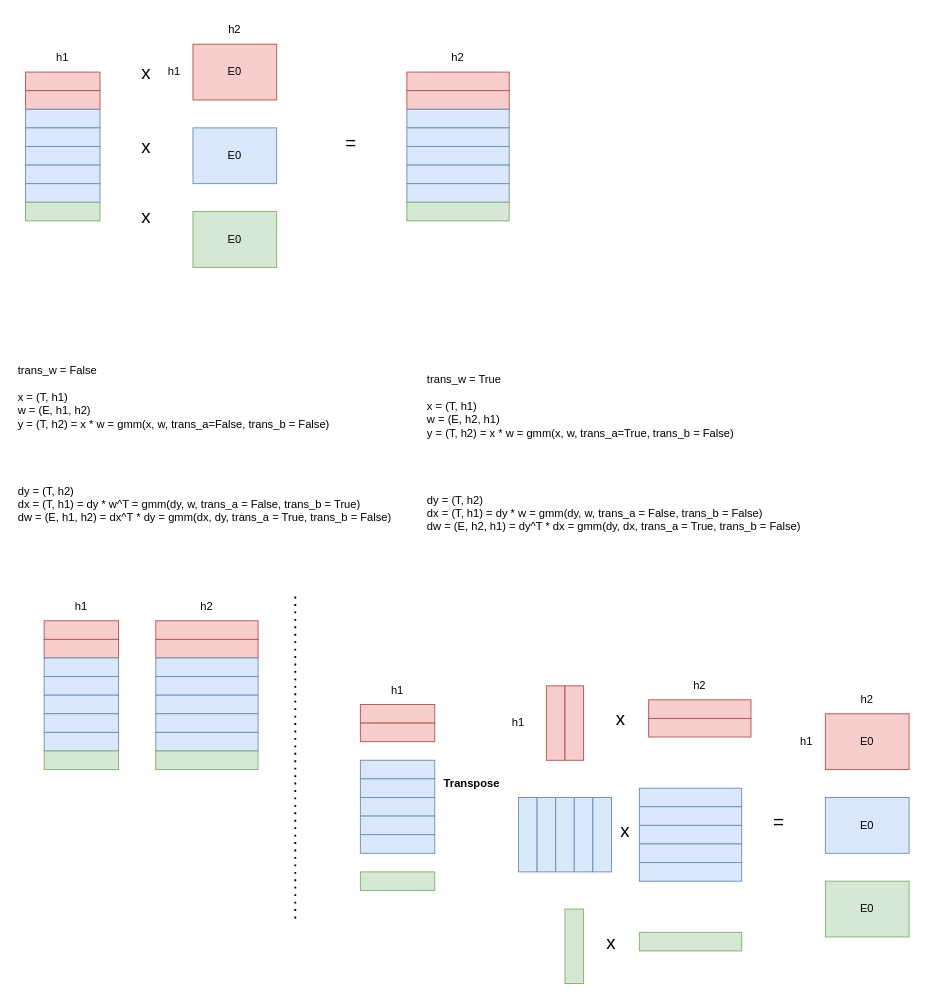
LamForest/draw.io keeps this draw.io diagram as grouped_gemm.drawio. Above is the earlier version. Source tidied: cells renumbered, new cells numbered last; positions are measured from the earlier drawing's top-left corner, leaving out a move shared by most shapes. Both pictures are drawn from the tidied source at 93%, with x=0, y=0 at pixel (16, 16).
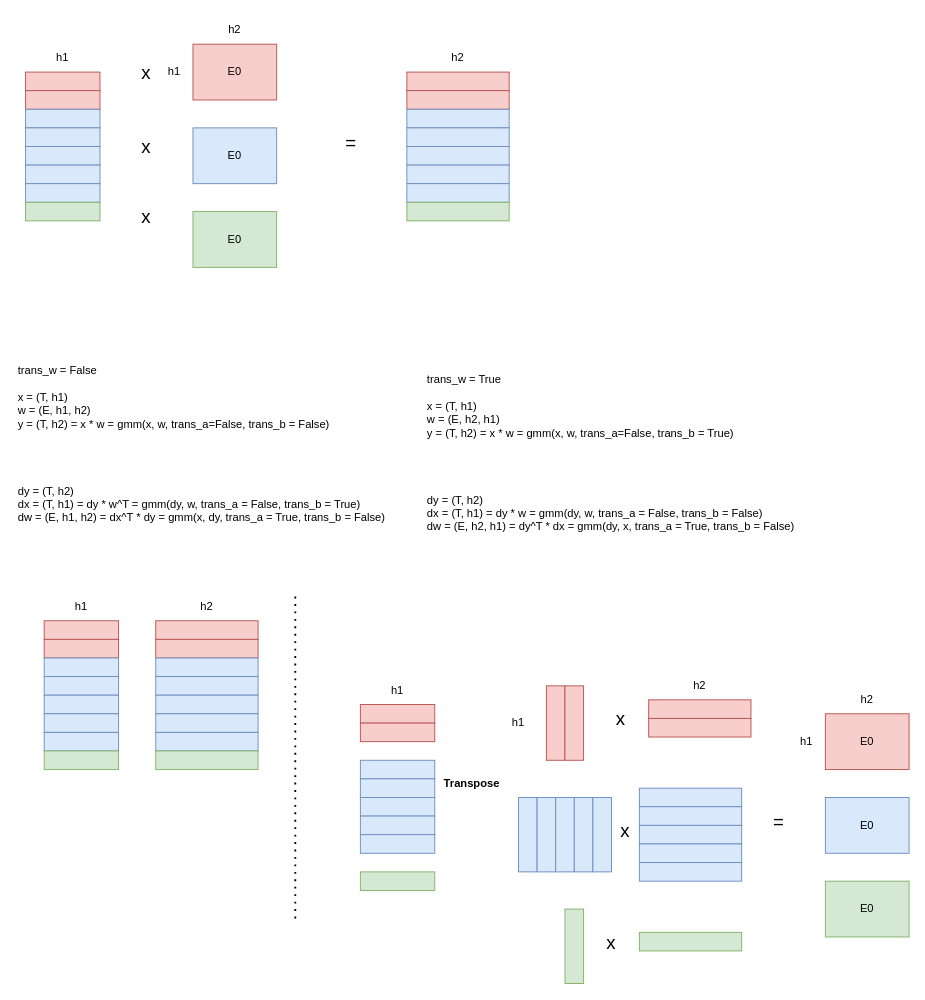
After the change.

The edit, as a diff of the source:
```diff
@@
-    <mxCell id="27" value="trans_w = False&lt;div&gt;&lt;br&gt;&lt;/div&gt;&lt;div&gt;x = (T, h1)&lt;/div&gt;&lt;div&gt;w = (E, h1, h2)&lt;/div&gt;&lt;div&gt;y = (T, h2) = x * w = gmm(x, w, trans_a=False, trans_b = False)&lt;/div&gt;&lt;div&gt;&lt;br&gt;&lt;/div&gt;&lt;div&gt;&lt;br&gt;&lt;/div&gt;&lt;div&gt;&lt;br&gt;&lt;/div&gt;&lt;div&gt;&lt;br&gt;&lt;/div&gt;&lt;div&gt;dy = (T, h2)&lt;/div&gt;&lt;div&gt;dx = (T, h1) = dy * w^T = gmm(dy, w, trans_a = False, trans_b = True)&lt;/div&gt;&lt;div&gt;dw = (E, h1, h2) = dx^T * dy = gmm(dx, dy, trans_a = True, trans_b = False)&lt;/div&gt;" style="text;html=1;align=left;verticalAlign=middle;whiteSpace=wrap;rounded=0;" parent="1" vertex="1">
+    <mxCell id="27" value="trans_w = False&lt;div&gt;&lt;br&gt;&lt;/div&gt;&lt;div&gt;x = (T, h1)&lt;/div&gt;&lt;div&gt;w = (E, h1, h2)&lt;/div&gt;&lt;div&gt;y = (T, h2) = x * w = gmm(x, w, trans_a=False, trans_b = False)&lt;/div&gt;&lt;div&gt;&lt;br&gt;&lt;/div&gt;&lt;div&gt;&lt;br&gt;&lt;/div&gt;&lt;div&gt;&lt;br&gt;&lt;/div&gt;&lt;div&gt;&lt;br&gt;&lt;/div&gt;&lt;div&gt;dy = (T, h2)&lt;/div&gt;&lt;div&gt;dx = (T, h1) = dy * w^T = gmm(dy, w, trans_a = False, trans_b = True)&lt;/div&gt;&lt;div&gt;dw = (E, h1, h2) = dx^T * dy = gmm(x, dy, trans_a = True, trans_b = False)&lt;/div&gt;" style="text;html=1;align=left;verticalAlign=middle;whiteSpace=wrap;rounded=0;" parent="1" vertex="1">
       <mxGeometry y="320" width="470" height="280" as="geometry" />
     </mxCell>
-    <mxCell id="28" value="trans_w = True&lt;div&gt;&lt;br&gt;&lt;/div&gt;&lt;div&gt;x = (T, h1)&lt;/div&gt;&lt;div&gt;w = (E, h2, h1)&lt;/div&gt;&lt;div&gt;y = (T, h2) = x * w = gmm(x, w, trans_a=True, trans_b = False)&lt;/div&gt;&lt;div&gt;&lt;br&gt;&lt;/div&gt;&lt;div&gt;&lt;br&gt;&lt;/div&gt;&lt;div&gt;&lt;br&gt;&lt;/div&gt;&lt;div&gt;&lt;br&gt;&lt;/div&gt;&lt;div&gt;dy = (T, h2)&lt;/div&gt;&lt;div&gt;dx = (T, h1) = dy * w = gmm(dy, w, trans_a = False, trans_b = False)&lt;/div&gt;&lt;div&gt;dw = (E, h2, h1) = dy^T * dx = gmm(dy, dx, trans_a = True, trans_b = False)&lt;/div&gt;" style="text;html=1;align=left;verticalAlign=middle;whiteSpace=wrap;rounded=0;" parent="1" vertex="1">
+    <mxCell id="28" value="trans_w = True&lt;div&gt;&lt;br&gt;&lt;/div&gt;&lt;div&gt;x = (T, h1)&lt;/div&gt;&lt;div&gt;w = (E, h2, h1)&lt;/div&gt;&lt;div&gt;y = (T, h2) = x * w = gmm(x, w, trans_a=False, trans_b = True)&lt;/div&gt;&lt;div&gt;&lt;br&gt;&lt;/div&gt;&lt;div&gt;&lt;br&gt;&lt;/div&gt;&lt;div&gt;&lt;br&gt;&lt;/div&gt;&lt;div&gt;&lt;br&gt;&lt;/div&gt;&lt;div&gt;dy = (T, h2)&lt;/div&gt;&lt;div&gt;dx = (T, h1) = dy * w = gmm(dy, w, trans_a = False, trans_b = False)&lt;/div&gt;&lt;div&gt;dw = (E, h2, h1) = dy^T * dx = gmm(dy, x, trans_a = True, trans_b = False)&lt;/div&gt;" style="text;html=1;align=left;verticalAlign=middle;whiteSpace=wrap;rounded=0;" parent="1" vertex="1">
       <mxGeometry x="440" y="330" width="470" height="280" as="geometry" />
     </mxCell>
```
